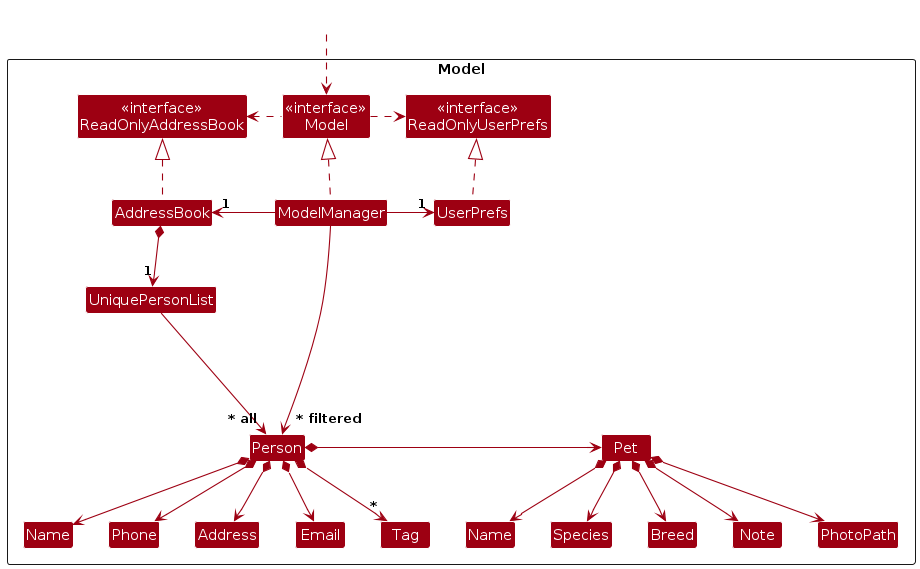
Above: diagrams/ModelClassDiagram.png in EnderSky/tp (PlantUML), before the change. Its source is kept beside it as diagrams/ModelClassDiagram.puml. Its diagram source:
```plantuml
@startuml
!include style.puml
skinparam arrowThickness 1.1
skinparam arrowColor MODEL_COLOR
skinparam classBackgroundColor MODEL_COLOR

Package Model as ModelPackage <<Rectangle>>{
    Class "<<interface>>\nReadOnlyAddressBook" as ReadOnlyAddressBook
    Class "<<interface>>\nReadOnlyUserPrefs" as ReadOnlyUserPrefs
    Class "<<interface>>\nModel" as Model
    Class AddressBook
    Class ModelManager
    Class UserPrefs

    Class UniquePersonList
    Class Person
    Class Address
    Class Email
    Class Name
    Class Phone
    Class Tag
    Class Pet
    Class "Name" as PetName
    Class Species
    Class Breed
    Class Note
    Class PhotoPath

    Class I #FFFFFF
}

Class HiddenOutside #FFFFFF
HiddenOutside ..> Model

AddressBook .up.|> ReadOnlyAddressBook

ModelManager .up.|> Model
Model .right.> ReadOnlyUserPrefs
Model .left.> ReadOnlyAddressBook
ModelManager -left-> "1" AddressBook
ModelManager -right-> "1" UserPrefs
UserPrefs .up.|> ReadOnlyUserPrefs

AddressBook *--> "1" UniquePersonList
UniquePersonList --> "~* all" Person
Person *--> Name
Person *--> Phone
Person *--> Email
Person *--> Address
Person *--> "*" Tag
Person *-> Pet

Pet *--> PetName
Pet *--> Species
Pet *--> Breed
Pet *--> Note
Pet *--> PhotoPath

ModelManager --> "~* filtered" Person
Person -[hidden]up--> I
UniquePersonList -[hidden]right-> I

Name -[hidden]right-> Phone
Phone -[hidden]right-> Address
Address -[hidden]right-> Email
Email -[hidden]right-> Tag

PetName -[hidden]right-> Species
Species -[hidden]right-> Breed
Breed -[hidden]right-> Note
Note -[hidden]right-> PhotoPath

@enduml
```
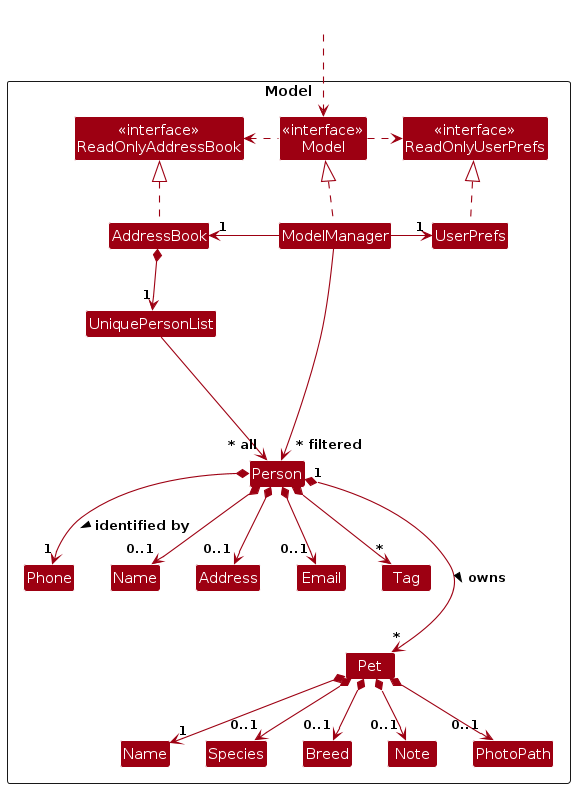
Above is the later version.

The edit, as a diff of the source:
```diff
@@ -43,25 +43,27 @@
 
 AddressBook *--> "1" UniquePersonList
 UniquePersonList --> "~* all" Person
-Person *--> Name
-Person *--> Phone
-Person *--> Email
-Person *--> Address
+
+Person *--> "1" Phone : identified by >
+Person *--> "0..1" Name
+Person *--> "0..1" Email
+Person *--> "0..1" Address
 Person *--> "*" Tag
-Person *-> Pet
+Person "1" *---> "*" Pet : owns >
 
-Pet *--> PetName
-Pet *--> Species
-Pet *--> Breed
-Pet *--> Note
-Pet *--> PhotoPath
+Pet *--> "1" PetName
+Pet *--> "0..1" Species
+Pet *--> "0..1" Breed
+Pet *--> "0..1" Note
+Pet *--> "0..1" PhotoPath
 
 ModelManager --> "~* filtered" Person
 Person -[hidden]up--> I
 UniquePersonList -[hidden]right-> I
 
-Name -[hidden]right-> Phone
-Phone -[hidden]right-> Address
+
+Phone -[hidden]right-> Name
+Name -[hidden]right-> Address
 Address -[hidden]right-> Email
 Email -[hidden]right-> Tag
 
```
